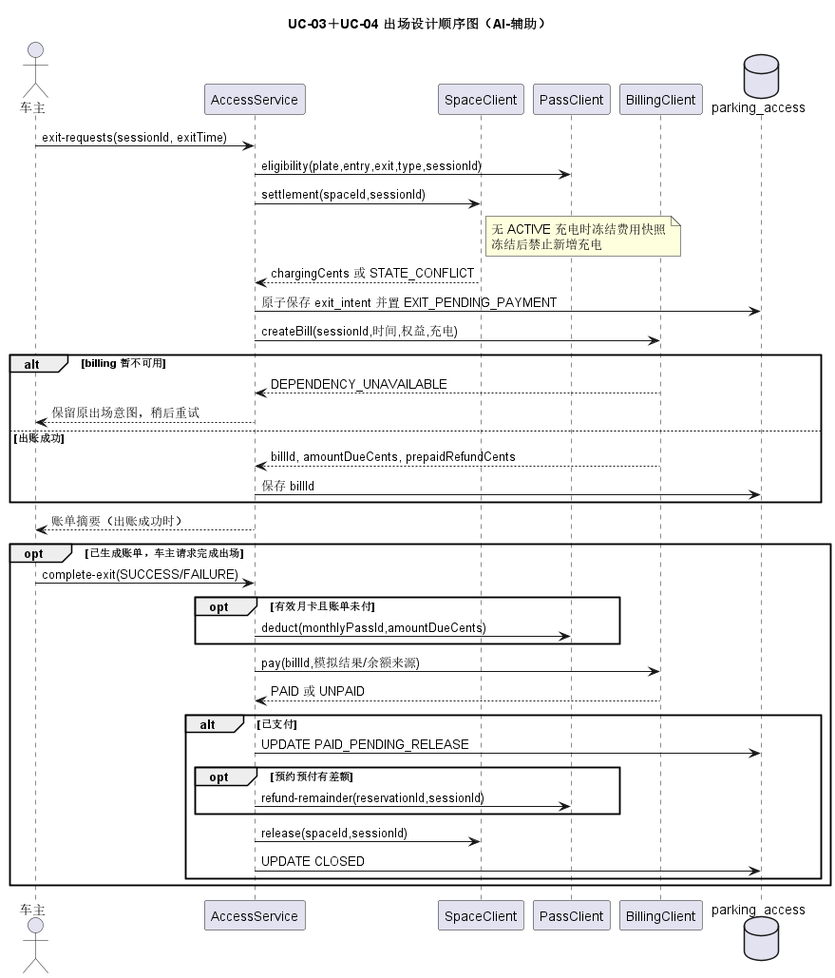
This is models/rendered/08-exit-design-sequence.png from Gindama713/UMLWORK, a PlantUML export, as it was before one commit.
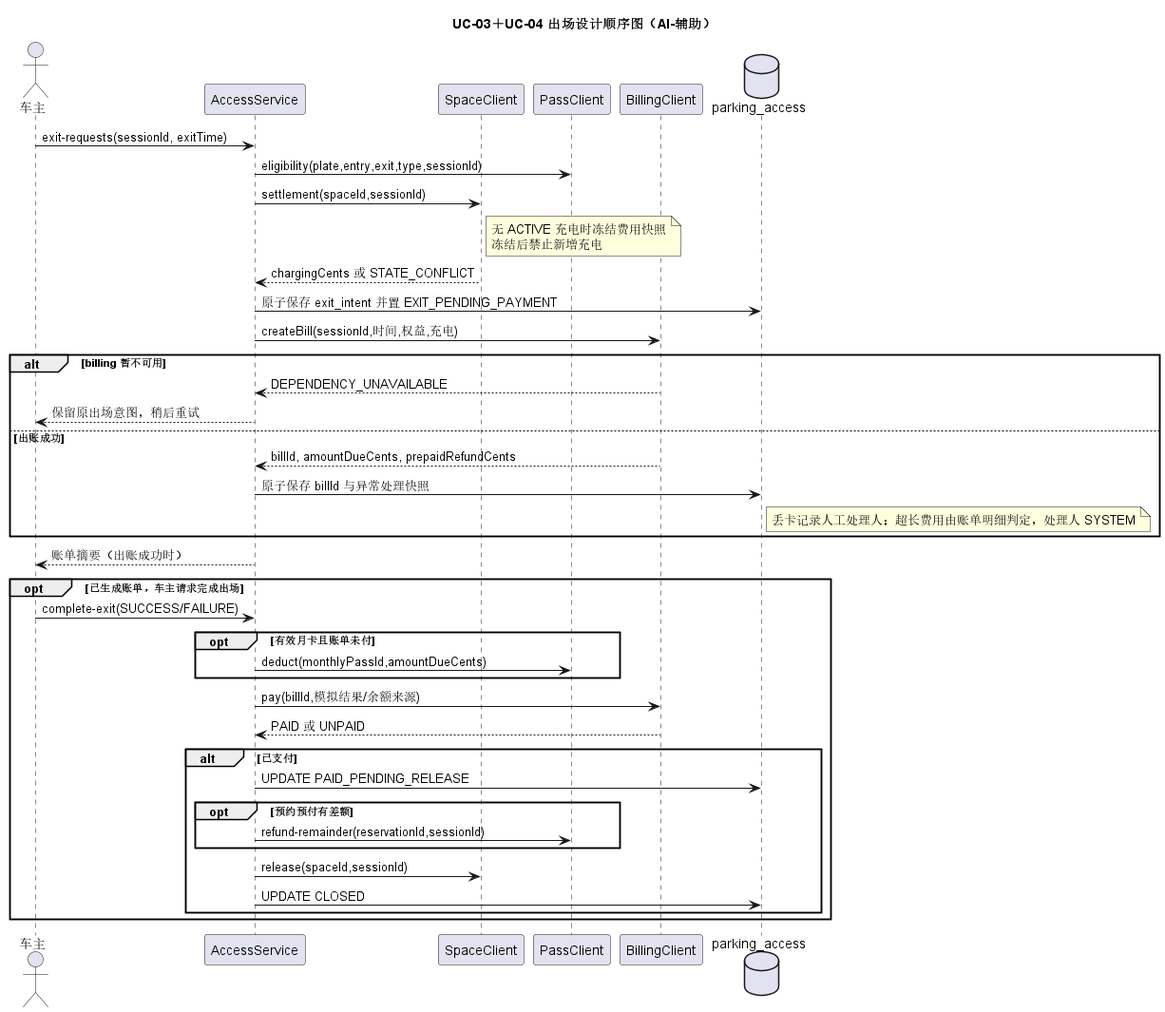
The same diagram one commit later.

The edit, as a diff of the source:
```diff
@@ -18,7 +18,8 @@
   access --> 车主 : 保留原出场意图，稍后重试
 else 出账成功
   billing --> access : billId, amountDueCents, prepaidRefundCents
-  access -> db : 保存 billId
+  access -> db : 原子保存 billId 与异常处理快照
+  note right of db : 丢卡记录人工处理人；超长费用由账单明细判定，处理人 SYSTEM
 end
 access --> 车主 : 账单摘要（出账成功时）
 opt 已生成账单，车主请求完成出场
```
